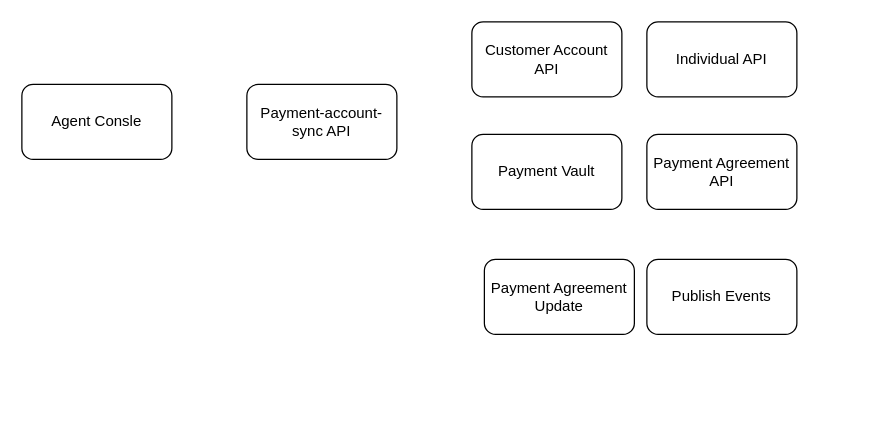
Above: paysync.drawio in evasanthan/testRestApp (draw.io), before the change. Source tidied: cells renumbered, new cells numbered last; positions are measured from the earlier drawing's top-left corner, leaving out a move shared by most shapes. Both pictures are drawn from the tidied source at 125%, with x=0, y=0 at pixel (21, 21).
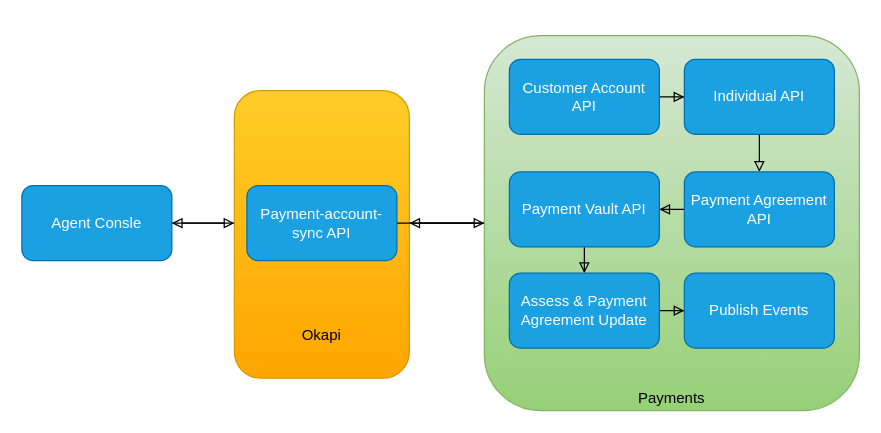
After the change.

Change to the diagram source:
```diff
@@
+    <mxCell id="10" style="edgeStyle=orthogonalEdgeStyle;rounded=0;jettySize=auto;html=1;endArrow=block;endFill=0;" parent="1" edge="1" source="12" target="3">
+      <mxGeometry relative="1" as="geometry" />
+    </mxCell>
+    <mxCell id="11" style="edgeStyle=orthogonalEdgeStyle;rounded=0;jettySize=auto;html=1;endArrow=block;endFill=0;" parent="1" edge="1" source="12">
+      <mxGeometry relative="1" as="geometry">
+        <mxPoint x="310" y="161" as="targetPoint" />
+      </mxGeometry>
+    </mxCell>
+    <mxCell id="12" style="rounded=1;whiteSpace=wrap;html=1;fillColor=#d5e8d4;strokeColor=#82b366;gradientColor=#97d077;" parent="1" vertex="1">
+      <mxGeometry x="370" y="11" width="300" height="300" as="geometry" />
+    </mxCell>
+    <mxCell id="13" style="edgeStyle=orthogonalEdgeStyle;rounded=0;jettySize=auto;html=1;entryX=1;entryY=0.5;entryDx=0;entryDy=0;endArrow=block;endFill=0;" parent="1" edge="1" source="14" target="2">
+      <mxGeometry relative="1" as="geometry">
+        <Array as="points">
+          <mxPoint x="150" y="161" />
+          <mxPoint x="150" y="161" />
+        </Array>
+      </mxGeometry>
+    </mxCell>
+    <mxCell id="14" style="rounded=1;whiteSpace=wrap;html=1;fillColor=#ffcd28;strokeColor=#d79b00;gradientColor=#ffa500;" parent="1" vertex="1">
+      <mxGeometry x="170" y="55" width="140" height="230" as="geometry" />
+    </mxCell>
+    <mxCell id="15" style="edgeStyle=orthogonalEdgeStyle;rounded=0;jettySize=auto;html=1;entryX=0;entryY=0.461;entryDx=0;entryDy=0;entryPerimeter=0;endArrow=block;endFill=0;" parent="1" edge="1" source="2" target="14">
+      <mxGeometry relative="1" as="geometry" />
+    </mxCell>
-    <mxCell id="2" value="Agent Consle" style="rounded=1;whiteSpace=wrap;html=1;" parent="1" vertex="1">
-      <mxGeometry y="50" width="120" height="60" as="geometry" />
+    <mxCell id="2" value="Agent Consle" style="rounded=1;whiteSpace=wrap;html=1;fillColor=#1ba1e2;strokeColor=#006EAF;fontColor=#ffffff;" parent="1" vertex="1">
+      <mxGeometry y="131" width="120" height="60" as="geometry" />
     </mxCell>
+    <mxCell id="16" style="edgeStyle=orthogonalEdgeStyle;rounded=0;jettySize=auto;html=1;endArrow=block;endFill=0;" parent="1" edge="1" source="3" target="12">
+      <mxGeometry relative="1" as="geometry" />
+    </mxCell>
-    <mxCell id="3" value="Payment-account-sync API" style="rounded=1;whiteSpace=wrap;html=1;" parent="1" vertex="1">
-      <mxGeometry x="180" y="50" width="120" height="60" as="geometry" />
+    <mxCell id="3" value="Payment-account-sync API" style="rounded=1;whiteSpace=wrap;html=1;fillColor=#1ba1e2;strokeColor=#006EAF;fontColor=#ffffff;" parent="1" vertex="1">
+      <mxGeometry x="180" y="131" width="120" height="60" as="geometry" />
     </mxCell>
+    <mxCell id="17" style="edgeStyle=orthogonalEdgeStyle;rounded=0;jettySize=auto;html=1;endArrow=block;endFill=0;" parent="1" edge="1" source="4" target="5">
+      <mxGeometry relative="1" as="geometry" />
+    </mxCell>
-    <mxCell id="4" value="Customer Account API" style="rounded=1;whiteSpace=wrap;html=1;" parent="1" vertex="1">
-      <mxGeometry x="360" width="120" height="60" as="geometry" />
+    <mxCell id="4" value="Customer Account API" style="rounded=1;whiteSpace=wrap;html=1;fillColor=#1ba1e2;strokeColor=#006EAF;fontColor=#ffffff;" parent="1" vertex="1">
+      <mxGeometry x="390" y="30" width="120" height="60" as="geometry" />
     </mxCell>
+    <mxCell id="18" style="edgeStyle=orthogonalEdgeStyle;rounded=0;jettySize=auto;html=1;entryX=0.5;entryY=0;entryDx=0;entryDy=0;endArrow=block;endFill=0;" parent="1" edge="1" source="5" target="6">
+      <mxGeometry relative="1" as="geometry" />
+    </mxCell>
-    <mxCell id="5" value="Individual API" style="rounded=1;whiteSpace=wrap;html=1;" parent="1" vertex="1">
-      <mxGeometry x="500" width="120" height="60" as="geometry" />
+    <mxCell id="5" value="Individual API" style="rounded=1;whiteSpace=wrap;html=1;fillColor=#1ba1e2;strokeColor=#006EAF;fontColor=#ffffff;" parent="1" vertex="1">
+      <mxGeometry x="530" y="30" width="120" height="60" as="geometry" />
     </mxCell>
+    <mxCell id="19" style="edgeStyle=orthogonalEdgeStyle;rounded=0;jettySize=auto;html=1;entryX=1;entryY=0.5;entryDx=0;entryDy=0;endArrow=block;endFill=0;" parent="1" edge="1" source="6" target="7">
+      <mxGeometry relative="1" as="geometry" />
+    </mxCell>
-    <mxCell id="6" value="Payment Agreement API" style="rounded=1;whiteSpace=wrap;html=1;" parent="1" vertex="1">
-      <mxGeometry x="500" y="90" width="120" height="60" as="geometry" />
+    <mxCell id="6" value="Payment Agreement API" style="rounded=1;whiteSpace=wrap;html=1;fillColor=#1ba1e2;strokeColor=#006EAF;fontColor=#ffffff;" parent="1" vertex="1">
+      <mxGeometry x="530" y="120" width="120" height="60" as="geometry" />
     </mxCell>
+    <mxCell id="20" style="edgeStyle=orthogonalEdgeStyle;rounded=0;jettySize=auto;html=1;entryX=0.5;entryY=0;entryDx=0;entryDy=0;endArrow=block;endFill=0;" parent="1" edge="1" source="7" target="8">
+      <mxGeometry relative="1" as="geometry" />
+    </mxCell>
-    <mxCell id="7" value="Payment Vault" style="rounded=1;whiteSpace=wrap;html=1;" parent="1" vertex="1">
-      <mxGeometry x="360" y="90" width="120" height="60" as="geometry" />
+    <mxCell id="7" value="Payment Vault API" style="rounded=1;whiteSpace=wrap;html=1;fillColor=#1ba1e2;strokeColor=#006EAF;fontColor=#ffffff;" parent="1" vertex="1">
+      <mxGeometry x="390" y="120" width="120" height="60" as="geometry" />
     </mxCell>
+    <mxCell id="21" style="edgeStyle=orthogonalEdgeStyle;rounded=0;jettySize=auto;html=1;entryX=0;entryY=0.5;entryDx=0;entryDy=0;endArrow=block;endFill=0;" parent="1" edge="1" source="8" target="9">
+      <mxGeometry relative="1" as="geometry" />
+    </mxCell>
-    <mxCell id="8" value="Payment Agreement Update" style="rounded=1;whiteSpace=wrap;html=1;" parent="1" vertex="1">
-      <mxGeometry x="370" y="190" width="120" height="60" as="geometry" />
+    <mxCell id="8" value="Assess &amp;amp; Payment Agreement Update" style="rounded=1;whiteSpace=wrap;html=1;fillColor=#1ba1e2;strokeColor=#006EAF;fontColor=#ffffff;" parent="1" vertex="1">
+      <mxGeometry x="390" y="201" width="120" height="60" as="geometry" />
     </mxCell>
-    <mxCell id="9" value="Publish Events" style="rounded=1;whiteSpace=wrap;html=1;" parent="1" vertex="1">
-      <mxGeometry x="500" y="190" width="120" height="60" as="geometry" />
+    <mxCell id="9" value="Publish Events" style="rounded=1;whiteSpace=wrap;html=1;fillColor=#1ba1e2;strokeColor=#006EAF;fontColor=#ffffff;" parent="1" vertex="1">
+      <mxGeometry x="530" y="201" width="120" height="60" as="geometry" />
     </mxCell>
+    <mxCell id="22" value="Okapi" style="text;html=1;strokeColor=none;fillColor=none;align=center;verticalAlign=middle;whiteSpace=wrap;rounded=0;" parent="1" vertex="1">
+      <mxGeometry x="220" y="241" width="40" height="20" as="geometry" />
+    </mxCell>
+    <mxCell id="23" value="Payments" style="text;html=1;strokeColor=none;fillColor=none;align=center;verticalAlign=middle;whiteSpace=wrap;rounded=0;" parent="1" vertex="1">
+      <mxGeometry x="500" y="291" width="40" height="20" as="geometry" />
+    </mxCell>
```
